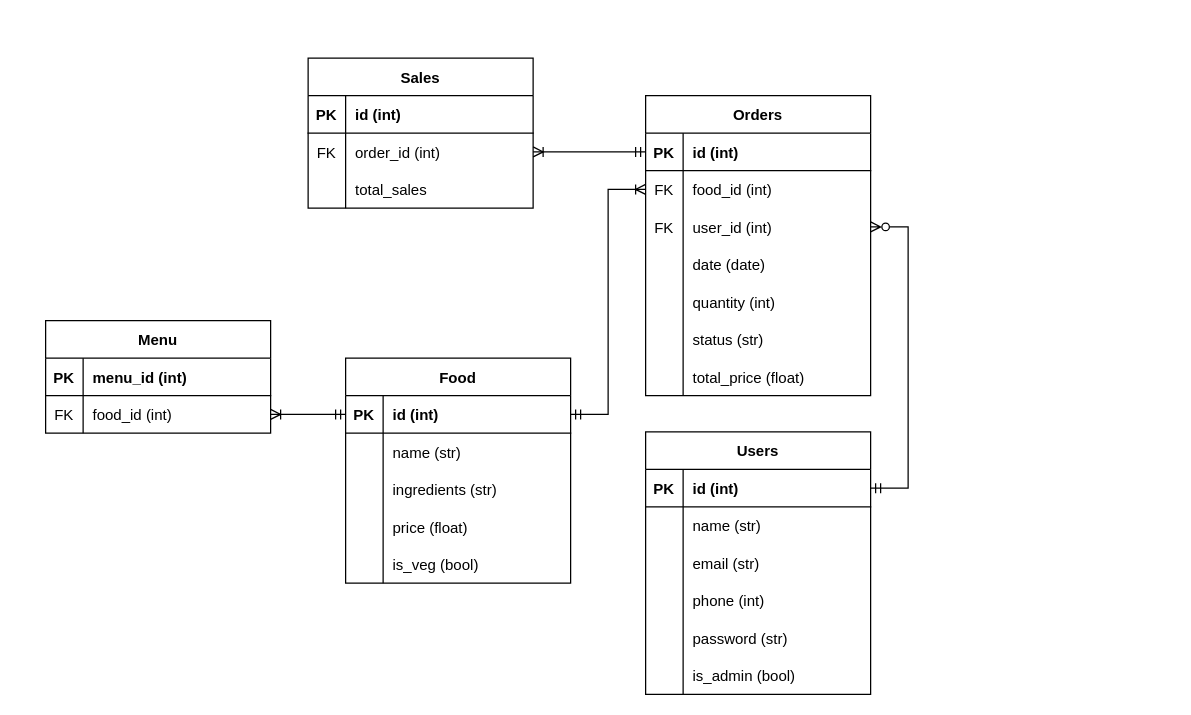
Earlier version of the draw.io diagram docs/ERD.drawio (john-masters/T2A2). Source tidied: cells renumbered, new cells numbered last; positions are measured from the earlier drawing's top-left corner, leaving out a move shared by most shapes. Both pictures are drawn from the tidied source at 125%, with x=0, y=0 at pixel (45, 58).
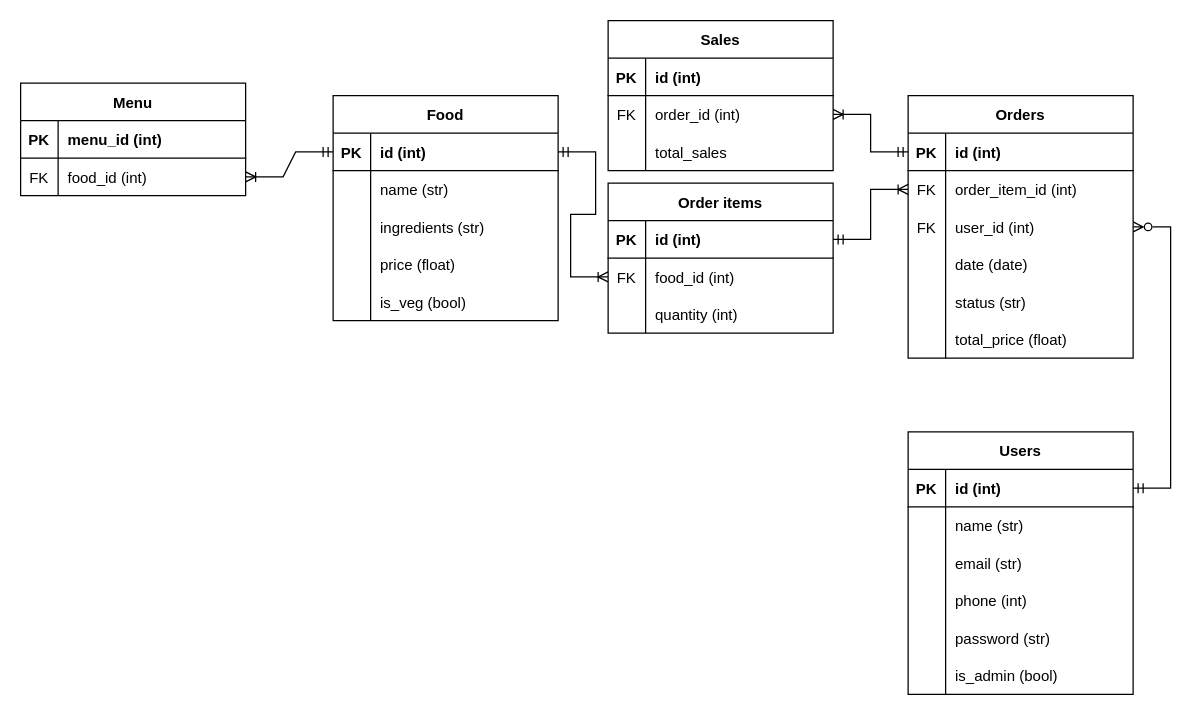
Above is the later version.

Unchanged cells that the change refers to:
```xml
<mxCell id="6" style="shape=tableRow;horizontal=0;startSize=0;swimlaneHead=0;swimlaneBody=0;fillColor=none;points=[[0,0.5],[1,0.5]];portConstraint=eastwest;top=0;left=0;right=0;bottom=0;" parent="2" vertex="1">
  <mxGeometry y="60" width="180" height="30" as="geometry" />
</mxCell>
<mxCell id="10" style="shape=tableRow;horizontal=0;startSize=0;swimlaneHead=0;swimlaneBody=0;fillColor=none;points=[[0,0.5],[1,0.5]];portConstraint=eastwest;top=0;left=0;right=0;bottom=1;" parent="9" vertex="1">
  <mxGeometry y="30" width="180" height="30" as="geometry" />
</mxCell>
<mxCell id="30" style="shape=tableRow;horizontal=0;startSize=0;swimlaneHead=0;swimlaneBody=0;fillColor=none;points=[[0,0.5],[1,0.5]];portConstraint=eastwest;top=0;left=0;right=0;bottom=0;" parent="26" vertex="1">
  <mxGeometry y="60" width="180" height="30" as="geometry" />
</mxCell>
```

The edit, as a diff of the source:
```diff
@@
     <mxCell id="2" value="Menu" style="shape=table;startSize=30;childLayout=tableLayout;rowLines=0;fontStyle=1;align=center;" parent="1" vertex="1">
-      <mxGeometry y="210" width="180" height="90" as="geometry" />
+      <mxGeometry x="-20" y="20" width="180" height="90" as="geometry" />
     </mxCell>
@@
     <mxCell id="9" value="Food" style="shape=table;startSize=30;childLayout=tableLayout;rowLines=0;fontStyle=1;align=center;" parent="1" vertex="1">
-      <mxGeometry x="240" y="240" width="180" height="180" as="geometry" />
+      <mxGeometry x="230" y="30" width="180" height="180" as="geometry" />
     </mxCell>
@@
-    <mxCell id="25" style="edgeStyle=entityRelationEdgeStyle;fontSize=12;html=1;endArrow=ERoneToMany;startArrow=ERmandOne;rounded=0;exitX=0;exitY=0.5;exitDx=0;exitDy=0;entryX=1;entryY=0.5;entryDx=0;entryDy=0;" parent="1" edge="1" source="10" target="6">
-      <mxGeometry relative="1" as="geometry" />
-    </mxCell>
     <mxCell id="26" value="Orders" style="shape=table;startSize=30;childLayout=tableLayout;rowLines=0;fontStyle=1;align=center;" parent="1" vertex="1">
-      <mxGeometry x="480" y="30" width="180" height="240" as="geometry" />
+      <mxGeometry x="690" y="30" width="180" height="210" as="geometry" />
     </mxCell>
@@
-    <mxCell id="32" value="food_id (int)" style="shape=partialRectangle;fillColor=none;top=0;left=0;bottom=0;right=0;align=left;spacingLeft=6;overflow=hidden;" parent="30" vertex="1">
+    <mxCell id="32" value="order_item_id (int)" style="shape=partialRectangle;fillColor=none;top=0;left=0;bottom=0;right=0;align=left;spacingLeft=6;overflow=hidden;" parent="30" vertex="1">
       <mxGeometry x="30" width="150" height="30" as="geometry" />
     </mxCell>
@@
-    <mxCell id="39" style="shape=tableRow;horizontal=0;startSize=0;swimlaneHead=0;swimlaneBody=0;fillColor=none;top=0;left=0;right=0;bottom=0;" parent="26" vertex="1">
-      <mxGeometry y="150" width="180" height="30" as="geometry" />
-    </mxCell>
-    <mxCell id="40" style="shape=partialRectangle;fillColor=none;top=0;left=0;bottom=0;right=0;overflow=hidden;" parent="39" vertex="1">
-      <mxGeometry width="30" height="30" as="geometry" />
-    </mxCell>
-    <mxCell id="41" value="quantity (int)" style="shape=partialRectangle;fillColor=none;top=0;left=0;bottom=0;right=0;align=left;spacingLeft=6;overflow=hidden;" parent="39" vertex="1">
-      <mxGeometry x="30" width="150" height="30" as="geometry" />
-    </mxCell>
     <mxCell id="42" style="shape=tableRow;horizontal=0;startSize=0;swimlaneHead=0;swimlaneBody=0;fillColor=none;top=0;left=0;right=0;bottom=0;" parent="26" vertex="1">
-      <mxGeometry y="180" width="180" height="30" as="geometry" />
+      <mxGeometry y="150" width="180" height="30" as="geometry" />
     </mxCell>
@@
     <mxCell id="45" style="shape=tableRow;horizontal=0;startSize=0;swimlaneHead=0;swimlaneBody=0;fillColor=none;top=0;left=0;right=0;bottom=0;" parent="26" vertex="1">
-      <mxGeometry y="210" width="180" height="30" as="geometry" />
+      <mxGeometry y="180" width="180" height="30" as="geometry" />
     </mxCell>
@@
-    <mxCell id="48" style="edgeStyle=entityRelationEdgeStyle;fontSize=12;html=1;endArrow=ERoneToMany;startArrow=ERmandOne;rounded=0;exitX=1;exitY=0.5;exitDx=0;exitDy=0;entryX=0;entryY=0.5;entryDx=0;entryDy=0;" parent="1" edge="1" source="10" target="30">
+    <mxCell id="48" style="edgeStyle=entityRelationEdgeStyle;fontSize=12;html=1;endArrow=ERoneToMany;startArrow=ERmandOne;rounded=0;exitX=1;exitY=0.5;exitDx=0;exitDy=0;entryX=0;entryY=0.5;entryDx=0;entryDy=0;" parent="1" edge="1" source="81" target="30">
       <mxGeometry relative="1" as="geometry" />
     </mxCell>
     <mxCell id="49" value="Users" style="shape=table;startSize=30;childLayout=tableLayout;rowLines=0;fontStyle=1;align=center;" parent="1" vertex="1">
-      <mxGeometry x="480" y="299" width="180" height="210" as="geometry" />
+      <mxGeometry x="690" y="299" width="180" height="210" as="geometry" />
     </mxCell>
@@
     <mxCell id="68" value="Sales" style="shape=table;startSize=30;childLayout=tableLayout;rowLines=0;fontStyle=1;align=center;" parent="1" vertex="1">
-      <mxGeometry x="210" width="180" height="120" as="geometry" />
+      <mxGeometry x="450" y="-30" width="180" height="120" as="geometry" />
     </mxCell>
@@
+    <mxCell id="80" value="Order items" style="shape=table;startSize=30;childLayout=tableLayout;rowLines=0;fontStyle=1;align=center;" parent="1" vertex="1">
+      <mxGeometry x="450" y="100" width="180" height="120" as="geometry" />
+    </mxCell>
+    <mxCell id="81" style="shape=tableRow;horizontal=0;startSize=0;swimlaneHead=0;swimlaneBody=0;fillColor=none;points=[[0,0.5],[1,0.5]];portConstraint=eastwest;top=0;left=0;right=0;bottom=1;" parent="80" vertex="1">
+      <mxGeometry y="30" width="180" height="30" as="geometry" />
+    </mxCell>
+    <mxCell id="82" value="PK" style="shape=partialRectangle;fillColor=none;top=0;left=0;bottom=0;right=0;fontStyle=1;overflow=hidden;" parent="81" vertex="1">
+      <mxGeometry width="30" height="30" as="geometry" />
+    </mxCell>
+    <mxCell id="83" value="id (int)" style="shape=partialRectangle;fillColor=none;top=0;left=0;bottom=0;right=0;align=left;spacingLeft=6;fontStyle=1;overflow=hidden;" parent="81" vertex="1">
+      <mxGeometry x="30" width="150" height="30" as="geometry" />
+    </mxCell>
+    <mxCell id="84" style="shape=tableRow;horizontal=0;startSize=0;swimlaneHead=0;swimlaneBody=0;fillColor=none;points=[[0,0.5],[1,0.5]];portConstraint=eastwest;top=0;left=0;right=0;bottom=0;" parent="80" vertex="1">
+      <mxGeometry y="60" width="180" height="30" as="geometry" />
+    </mxCell>
+    <mxCell id="85" value="FK" style="shape=partialRectangle;fillColor=none;top=0;left=0;bottom=0;right=0;overflow=hidden;" parent="84" vertex="1">
+      <mxGeometry width="30" height="30" as="geometry" />
+    </mxCell>
+    <mxCell id="86" value="food_id (int)" style="shape=partialRectangle;fillColor=none;top=0;left=0;bottom=0;right=0;align=left;spacingLeft=6;overflow=hidden;" parent="84" vertex="1">
+      <mxGeometry x="30" width="150" height="30" as="geometry" />
+    </mxCell>
+    <mxCell id="87" style="shape=tableRow;horizontal=0;startSize=0;swimlaneHead=0;swimlaneBody=0;fillColor=none;top=0;left=0;right=0;bottom=0;" parent="80" vertex="1">
+      <mxGeometry y="90" width="180" height="30" as="geometry" />
+    </mxCell>
+    <mxCell id="40" style="shape=partialRectangle;fillColor=none;top=0;left=0;bottom=0;right=0;overflow=hidden;" parent="87" vertex="1">
+      <mxGeometry width="30" height="30" as="geometry" />
+    </mxCell>
+    <mxCell id="41" value="quantity (int)" style="shape=partialRectangle;fillColor=none;top=0;left=0;bottom=0;right=0;align=left;spacingLeft=6;overflow=hidden;" parent="87" vertex="1">
+      <mxGeometry x="30" width="150" height="30" as="geometry" />
+    </mxCell>
+    <mxCell id="88" style="edgeStyle=entityRelationEdgeStyle;fontSize=12;html=1;endArrow=ERoneToMany;startArrow=ERmandOne;rounded=0;exitX=1;exitY=0.5;exitDx=0;exitDy=0;entryX=0;entryY=0.5;entryDx=0;entryDy=0;" parent="1" edge="1" source="10" target="84">
+      <mxGeometry relative="1" as="geometry" />
+    </mxCell>
+    <mxCell id="25" style="edgeStyle=entityRelationEdgeStyle;fontSize=12;html=1;endArrow=ERoneToMany;startArrow=ERmandOne;rounded=0;exitX=0;exitY=0.5;exitDx=0;exitDy=0;" parent="1" edge="1" source="10" target="6">
+      <mxGeometry relative="1" as="geometry" />
+    </mxCell>
```
